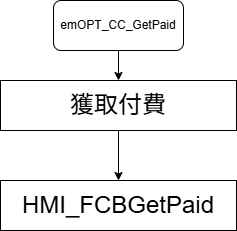
This is 交易流程圖.png from AXQuestion/-, a draw.io export, as it was before one commit. Source tidied: cells renumbered, new cells last; positions are measured from the earlier drawing's top-left corner, leaving out a move shared by most shapes.
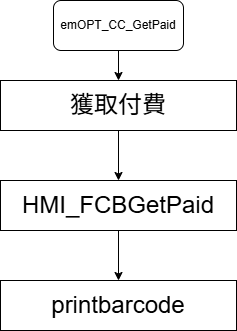
After the change.

Commit message:
更新交易流程圖.png

Change to the diagram source:
```diff
@@ -14,8 +14,14 @@
     <mxCell id="5" value="獲取付費" style="rounded=0;whiteSpace=wrap;html=1;fontSize=24;" parent="1" vertex="1">
       <mxGeometry y="80" width="236" height="50" as="geometry" />
     </mxCell>
+    <mxCell id="7" style="edgeStyle=orthogonalEdgeStyle;rounded=0;jettySize=auto;html=1;" parent="1" edge="1" source="6" target="8">
+      <mxGeometry relative="1" as="geometry" />
+    </mxCell>
     <mxCell id="6" value="HMI_FCBGetPaid" style="rounded=0;whiteSpace=wrap;html=1;fontSize=24;" parent="1" vertex="1">
       <mxGeometry y="180" width="236" height="50" as="geometry" />
     </mxCell>
+    <mxCell id="8" value="printbarcode" style="rounded=0;whiteSpace=wrap;html=1;fontSize=24;" parent="1" vertex="1">
+      <mxGeometry y="280" width="236" height="50" as="geometry" />
+    </mxCell>
   </root>
 </mxGraphModel>
```
